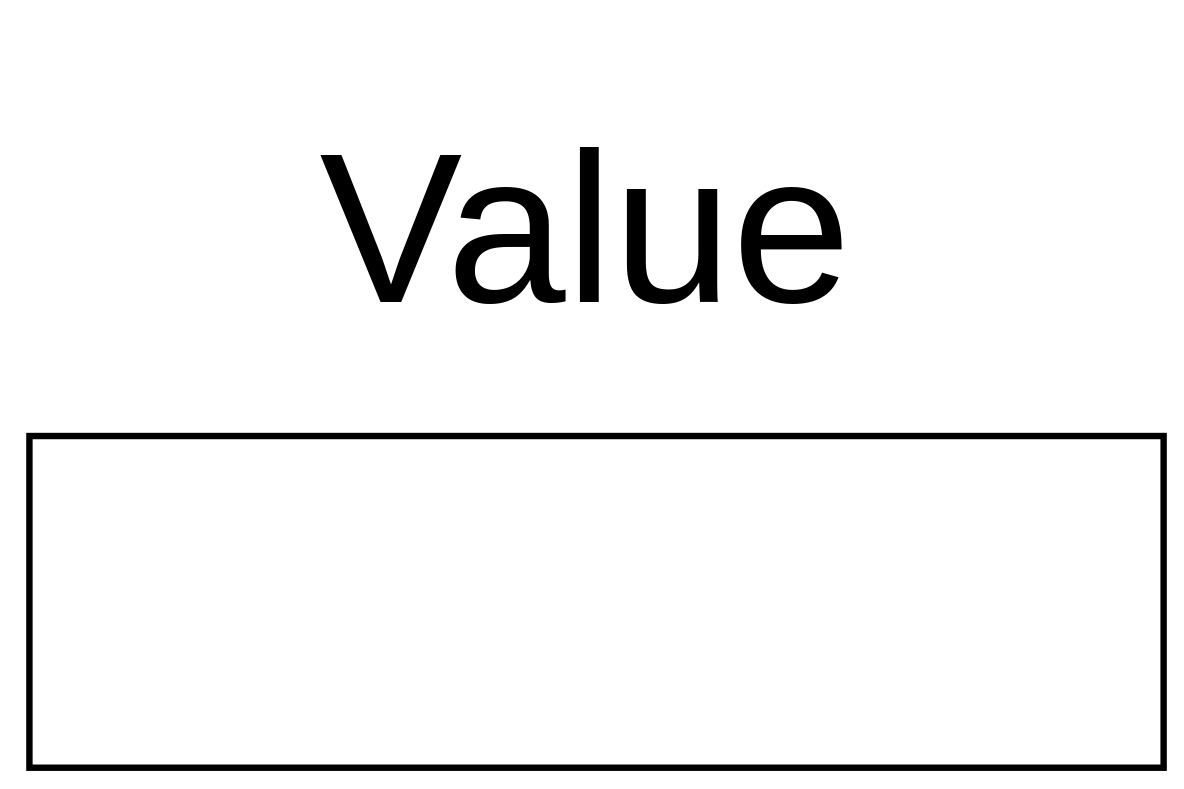
Before: page "Copy of Page-6" (13 of 43) of underthecovers/images/src/6502Sum.drawio in jappavoo/UndertheCovers, a draw.io diagram. Source tidied: cells renumbered, new cells numbered last; positions are measured from the earlier drawing's top-left corner, leaving out a move shared by most shapes. Both pictures are drawn from the tidied source at 107%, with x=0, y=0 at pixel (18, 18).
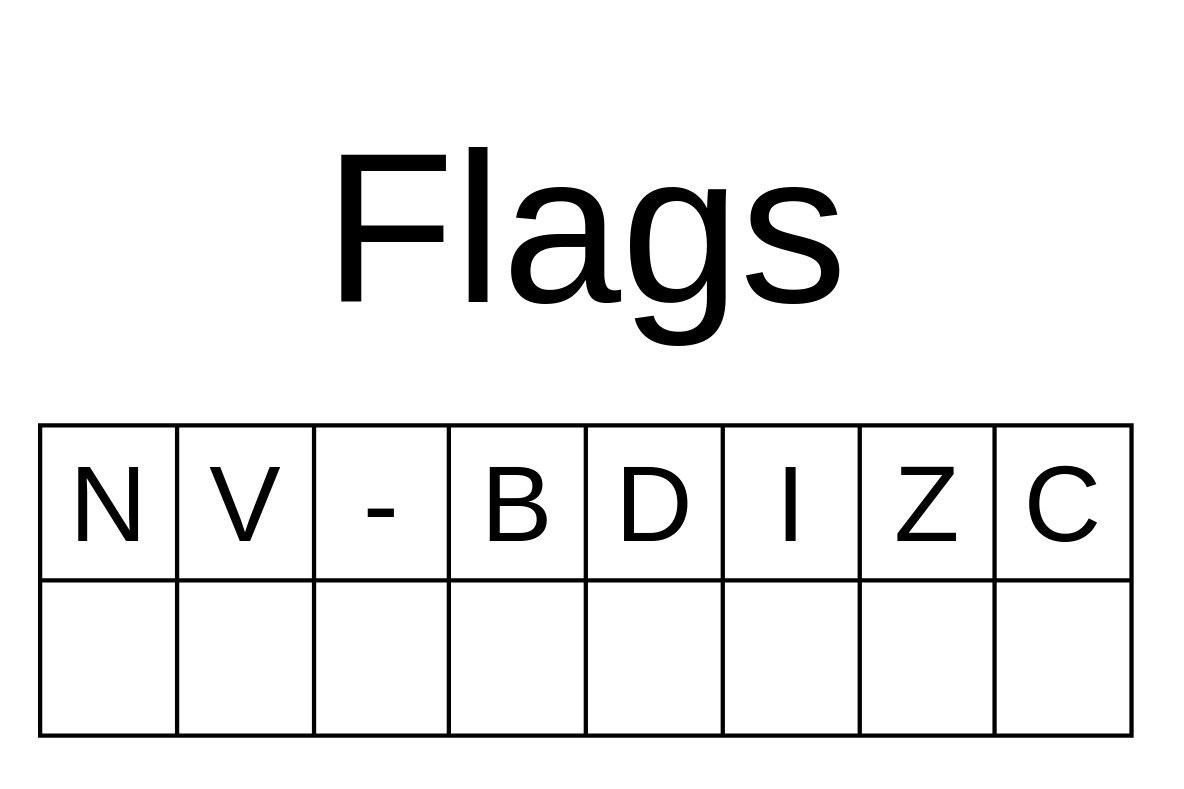
The same page after the edit.

The edit, as a diff of the source:
```diff
@@
-    <mxCell id="2" style="rounded=0;whiteSpace=wrap;html=1;fontSize=400;strokeWidth=6;" parent="1" vertex="1">
-      <mxGeometry x="10" y="390" width="1060" height="310" as="geometry" />
-    </mxCell>
-    <mxCell id="3" value="Value" style="text;html=1;strokeColor=none;fillColor=none;align=center;verticalAlign=middle;whiteSpace=wrap;rounded=0;fontSize=200;" parent="1" vertex="1">
+    <mxCell id="3" value="Flags" style="text;html=1;strokeColor=none;fillColor=none;align=center;verticalAlign=middle;whiteSpace=wrap;rounded=0;fontSize=200;" parent="1" vertex="1">
       <mxGeometry width="1060" height="390" as="geometry" />
     </mxCell>
+    <mxCell id="4" style="shape=table;startSize=0;childLayout=tableLayout;strokeWidth=4;fontSize=27;" parent="1" vertex="1">
+      <mxGeometry x="20" y="380" width="1020" height="290" as="geometry" />
+    </mxCell>
+    <mxCell id="5" style="shape=tableRow;horizontal=0;startSize=0;swimlaneHead=0;swimlaneBody=0;strokeColor=inherit;top=0;left=0;bottom=0;right=0;fillColor=none;" parent="4" vertex="1">
+      <mxGeometry width="1020" height="145" as="geometry" />
+    </mxCell>
+    <mxCell id="6" value="N" style="shape=partialRectangle;html=1;whiteSpace=wrap;strokeColor=inherit;overflow=hidden;fillColor=none;top=0;left=0;bottom=0;right=0;fontSize=100;" parent="5" vertex="1">
+      <mxGeometry width="128" height="145" as="geometry" />
+    </mxCell>
+    <mxCell id="7" value="&lt;font style=&quot;font-size: 100px;&quot;&gt;V&lt;/font&gt;" style="shape=partialRectangle;html=1;whiteSpace=wrap;strokeColor=inherit;overflow=hidden;fillColor=none;top=0;left=0;bottom=0;right=0;" parent="5" vertex="1">
+      <mxGeometry x="128" width="128" height="145" as="geometry" />
+    </mxCell>
+    <mxCell id="8" value="&lt;font style=&quot;font-size: 100px;&quot;&gt;-&lt;/font&gt;" style="shape=partialRectangle;html=1;whiteSpace=wrap;strokeColor=inherit;overflow=hidden;fillColor=none;top=0;left=0;bottom=0;right=0;" parent="5" vertex="1">
+      <mxGeometry x="256" width="126" height="145" as="geometry" />
+    </mxCell>
+    <mxCell id="9" value="&lt;font style=&quot;font-size: 100px;&quot;&gt;B&lt;/font&gt;" style="shape=partialRectangle;html=1;whiteSpace=wrap;strokeColor=inherit;overflow=hidden;fillColor=none;top=0;left=0;bottom=0;right=0;" parent="5" vertex="1">
+      <mxGeometry x="382" width="128" height="145" as="geometry" />
+    </mxCell>
+    <mxCell id="10" value="&lt;font style=&quot;font-size: 100px;&quot;&gt;D&lt;/font&gt;" style="shape=partialRectangle;html=1;whiteSpace=wrap;strokeColor=inherit;overflow=hidden;fillColor=none;top=0;left=0;bottom=0;right=0;" parent="5" vertex="1">
+      <mxGeometry x="510" width="128" height="145" as="geometry" />
+    </mxCell>
+    <mxCell id="11" value="&lt;font style=&quot;font-size: 100px;&quot;&gt;I&lt;/font&gt;" style="shape=partialRectangle;html=1;whiteSpace=wrap;strokeColor=inherit;overflow=hidden;fillColor=none;top=0;left=0;bottom=0;right=0;" parent="5" vertex="1">
+      <mxGeometry x="638" width="128" height="145" as="geometry" />
+    </mxCell>
+    <mxCell id="12" value="&lt;font style=&quot;font-size: 100px;&quot;&gt;Z&lt;/font&gt;" style="shape=partialRectangle;html=1;whiteSpace=wrap;strokeColor=inherit;overflow=hidden;fillColor=none;top=0;left=0;bottom=0;right=0;" parent="5" vertex="1">
+      <mxGeometry x="766" width="126" height="145" as="geometry" />
+    </mxCell>
+    <mxCell id="13" value="&lt;font style=&quot;font-size: 100px;&quot;&gt;C&lt;/font&gt;" style="shape=partialRectangle;html=1;whiteSpace=wrap;strokeColor=inherit;overflow=hidden;fillColor=none;top=0;left=0;bottom=0;right=0;" parent="5" vertex="1">
+      <mxGeometry x="892" width="128" height="145" as="geometry" />
+    </mxCell>
+    <mxCell id="14" style="shape=tableRow;horizontal=0;startSize=0;swimlaneHead=0;swimlaneBody=0;strokeColor=inherit;top=0;left=0;bottom=0;right=0;fillColor=none;" parent="4" vertex="1">
+      <mxGeometry y="145" width="1020" height="145" as="geometry" />
+    </mxCell>
+    <mxCell id="15" style="shape=partialRectangle;html=1;whiteSpace=wrap;strokeColor=inherit;overflow=hidden;fillColor=none;top=0;left=0;bottom=0;right=0;" parent="14" vertex="1">
+      <mxGeometry width="128" height="145" as="geometry" />
+    </mxCell>
+    <mxCell id="16" style="shape=partialRectangle;html=1;whiteSpace=wrap;strokeColor=inherit;overflow=hidden;fillColor=none;top=0;left=0;bottom=0;right=0;" parent="14" vertex="1">
+      <mxGeometry x="128" width="128" height="145" as="geometry" />
+    </mxCell>
+    <mxCell id="17" style="shape=partialRectangle;html=1;whiteSpace=wrap;strokeColor=inherit;overflow=hidden;fillColor=none;top=0;left=0;bottom=0;right=0;" parent="14" vertex="1">
+      <mxGeometry x="256" width="126" height="145" as="geometry" />
+    </mxCell>
+    <mxCell id="18" style="shape=partialRectangle;html=1;whiteSpace=wrap;strokeColor=inherit;overflow=hidden;fillColor=none;top=0;left=0;bottom=0;right=0;" parent="14" vertex="1">
+      <mxGeometry x="382" width="128" height="145" as="geometry" />
+    </mxCell>
+    <mxCell id="19" style="shape=partialRectangle;html=1;whiteSpace=wrap;strokeColor=inherit;overflow=hidden;fillColor=none;top=0;left=0;bottom=0;right=0;" parent="14" vertex="1">
+      <mxGeometry x="510" width="128" height="145" as="geometry" />
+    </mxCell>
+    <mxCell id="20" style="shape=partialRectangle;html=1;whiteSpace=wrap;strokeColor=inherit;overflow=hidden;fillColor=none;top=0;left=0;bottom=0;right=0;" parent="14" vertex="1">
+      <mxGeometry x="638" width="128" height="145" as="geometry" />
+    </mxCell>
+    <mxCell id="21" style="shape=partialRectangle;html=1;whiteSpace=wrap;strokeColor=inherit;overflow=hidden;fillColor=none;top=0;left=0;bottom=0;right=0;" parent="14" vertex="1">
+      <mxGeometry x="766" width="126" height="145" as="geometry" />
+    </mxCell>
+    <mxCell id="22" style="shape=partialRectangle;html=1;whiteSpace=wrap;strokeColor=inherit;overflow=hidden;fillColor=none;top=0;left=0;bottom=0;right=0;" parent="14" vertex="1">
+      <mxGeometry x="892" width="128" height="145" as="geometry" />
+    </mxCell>
```
